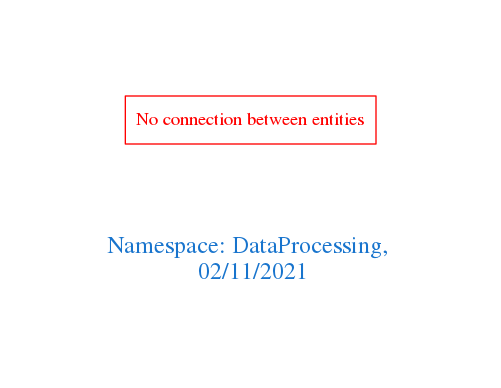
Earlier version of the Graphviz export downloads/DataProcessing.png (arago/OGIT). Its source is kept beside it as downloads/DataProcessing.dot.
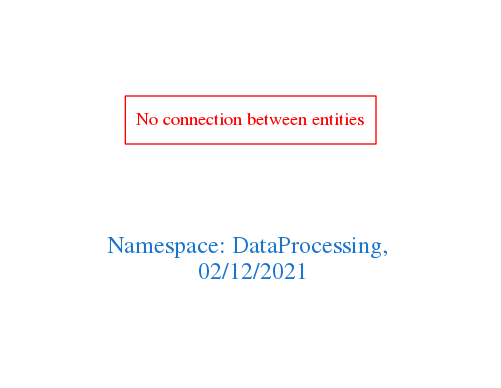
The same file after the commit.

The edit, as a diff of the source:
```diff
@@ -1,7 +1,7 @@
 digraph OGIT_ontology {
  graph [ rankdir= LR,pad=1
 fontsize = 18,
-fontcolor= dodgerblue3,label = "\n\n\nNamespace: DataProcessing, \n 02/11/2021"];
+fontcolor= dodgerblue3,label = "\n\n\nNamespace: DataProcessing, \n 02/12/2021"];
 node[shape=polygon];
 edge [  color="gray81"];
 
```
